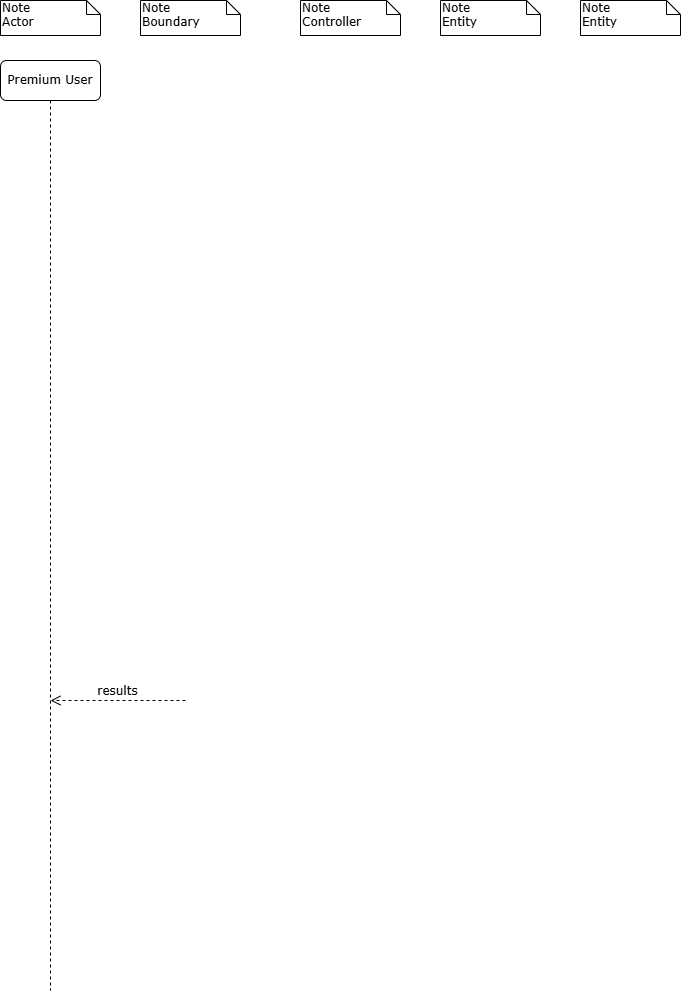
Earlier version of the draw.io export diagrams/SequenceDiagram.drawio.png (matteopinfildi/YourPoke-ISPWProject). Source tidied: cells renumbered, new cells last; positions are measured from the earlier drawing's top-left corner, leaving out a move shared by most shapes.
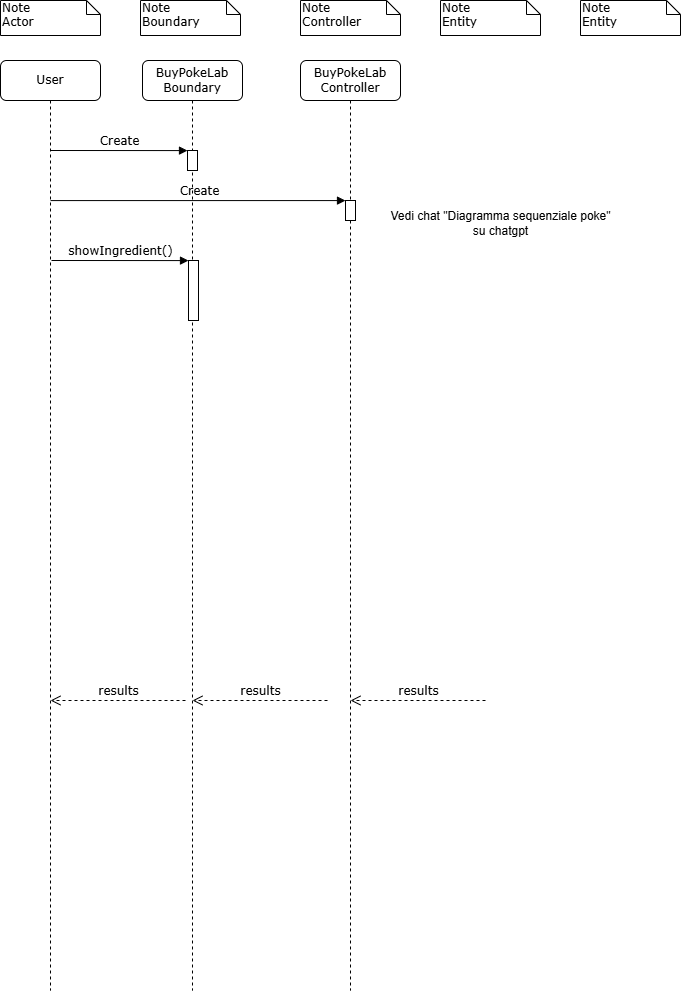
The same diagram one commit later.

What changed in the source:
```diff
@@ -17,7 +17,7 @@
     <mxCell id="6" value="Note&lt;div&gt;Entity&lt;/div&gt;" style="shape=note;whiteSpace=wrap;html=1;size=14;verticalAlign=top;align=left;spacingTop=-6;rounded=0;shadow=0;comic=0;labelBackgroundColor=none;strokeWidth=1;fontFamily=Verdana;fontSize=12;" parent="1" vertex="1">
       <mxGeometry x="580" width="100" height="35" as="geometry" />
     </mxCell>
-    <mxCell id="7" value="Premium User" style="shape=umlLifeline;perimeter=lifelinePerimeter;whiteSpace=wrap;html=1;outlineConnect=0;rounded=1;shadow=0;comic=0;labelBackgroundColor=none;strokeWidth=1;fontFamily=Verdana;fontSize=12;align=center;" parent="1" vertex="1">
+    <mxCell id="7" value="User" style="shape=umlLifeline;perimeter=lifelinePerimeter;whiteSpace=wrap;html=1;outlineConnect=0;rounded=1;shadow=0;comic=0;labelBackgroundColor=none;strokeWidth=1;fontFamily=Verdana;fontSize=12;align=center;" parent="1" vertex="1">
       <mxGeometry y="60" width="100" height="930" as="geometry" />
     </mxCell>
     <mxCell id="8" value="results" style="html=1;verticalAlign=bottom;endArrow=open;dashed=1;endSize=8;labelBackgroundColor=none;fontFamily=Verdana;fontSize=12;edgeStyle=elbowEdgeStyle;elbow=horizontal;" parent="7" edge="1">
@@ -30,5 +30,57 @@
         </Array>
       </mxGeometry>
     </mxCell>
+    <mxCell id="9" value="showIngredient()" style="html=1;verticalAlign=bottom;endArrow=block;entryX=0;entryY=0;labelBackgroundColor=none;fontFamily=Verdana;fontSize=12;edgeStyle=elbowEdgeStyle;elbow=vertical;" parent="7" edge="1">
+      <mxGeometry x="0.01" relative="1" as="geometry">
+        <mxPoint x="51" y="200" as="sourcePoint" />
+        <mxPoint x="188" y="200" as="targetPoint" />
+      </mxGeometry>
+    </mxCell>
+    <mxCell id="10" value="BuyPokeLab Boundary" style="shape=umlLifeline;perimeter=lifelinePerimeter;whiteSpace=wrap;html=1;rounded=1;shadow=0;comic=0;labelBackgroundColor=none;strokeWidth=1;fontFamily=Verdana;fontSize=12;align=center;" parent="1" vertex="1">
+      <mxGeometry x="142" y="60" width="100" height="930" as="geometry" />
+    </mxCell>
+    <mxCell id="11" value="results" style="html=1;verticalAlign=bottom;endArrow=open;dashed=1;endSize=8;labelBackgroundColor=none;fontFamily=Verdana;fontSize=12;edgeStyle=elbowEdgeStyle;elbow=horizontal;" parent="10" edge="1">
+      <mxGeometry relative="1" as="geometry">
+        <mxPoint x="185" y="640" as="sourcePoint" />
+        <mxPoint x="50" y="640" as="targetPoint" />
+        <Array as="points">
+          <mxPoint x="130" y="640" />
+          <mxPoint x="160" y="640" />
+        </Array>
+      </mxGeometry>
+    </mxCell>
+    <mxCell id="12" style="html=1;points=[];perimeter=orthogonalPerimeter;rounded=0;shadow=0;comic=0;labelBackgroundColor=none;strokeWidth=1;fontFamily=Verdana;fontSize=12;align=center;" parent="10" vertex="1">
+      <mxGeometry x="45" y="90" width="10" height="20" as="geometry" />
+    </mxCell>
+    <mxCell id="13" value="Create" style="html=1;verticalAlign=bottom;endArrow=block;entryX=0;entryY=0;labelBackgroundColor=none;fontFamily=Verdana;fontSize=12;edgeStyle=elbowEdgeStyle;elbow=vertical;" parent="10" edge="1" target="12">
+      <mxGeometry x="0.01" relative="1" as="geometry">
+        <mxPoint x="-92" y="90" as="sourcePoint" />
+      </mxGeometry>
+    </mxCell>
+    <mxCell id="14" style="html=1;perimeter=orthogonalPerimeter;rounded=0;shadow=0;comic=0;labelBackgroundColor=none;strokeWidth=1;fontFamily=Verdana;fontSize=12;align=center;" parent="10" vertex="1">
+      <mxGeometry x="46" y="200" width="10" height="60" as="geometry" />
+    </mxCell>
+    <mxCell id="15" value="BuyPokeLab Controller" style="shape=umlLifeline;perimeter=lifelinePerimeter;whiteSpace=wrap;html=1;rounded=1;shadow=0;comic=0;labelBackgroundColor=none;strokeWidth=1;fontFamily=Verdana;fontSize=12;align=center;" parent="1" vertex="1">
+      <mxGeometry x="300" y="60" width="100" height="930" as="geometry" />
+    </mxCell>
+    <mxCell id="16" value="results" style="html=1;verticalAlign=bottom;endArrow=open;dashed=1;endSize=8;labelBackgroundColor=none;fontFamily=Verdana;fontSize=12;edgeStyle=elbowEdgeStyle;elbow=horizontal;" parent="15" edge="1">
+      <mxGeometry relative="1" as="geometry">
+        <mxPoint x="185" y="640" as="sourcePoint" />
+        <mxPoint x="50" y="640" as="targetPoint" />
+        <Array as="points">
+          <mxPoint x="130" y="640" />
+          <mxPoint x="160" y="640" />
+        </Array>
+      </mxGeometry>
+    </mxCell>
+    <mxCell id="17" style="html=1;points=[];perimeter=orthogonalPerimeter;rounded=0;shadow=0;comic=0;labelBackgroundColor=none;strokeWidth=1;fontFamily=Verdana;fontSize=12;align=center;" parent="15" vertex="1">
+      <mxGeometry x="45" y="140" width="10" height="20" as="geometry" />
+    </mxCell>
+    <mxCell id="18" value="Create" style="html=1;verticalAlign=bottom;endArrow=block;entryX=0;entryY=0;labelBackgroundColor=none;fontFamily=Verdana;fontSize=12;edgeStyle=elbowEdgeStyle;elbow=vertical;" parent="1" edge="1" source="7" target="17">
+      <mxGeometry x="0.01" relative="1" as="geometry" />
+    </mxCell>
+    <mxCell id="19" value="Vedi chat &quot;Diagramma sequenziale poke&quot;&lt;br&gt;su chatgpt" style="text;html=1;align=center;verticalAlign=middle;strokeColor=none;fillColor=none;" parent="1" vertex="1">
+      <mxGeometry x="380" y="203" width="240" height="40" as="geometry" />
+    </mxCell>
   </root>
 </mxGraphModel>
```
